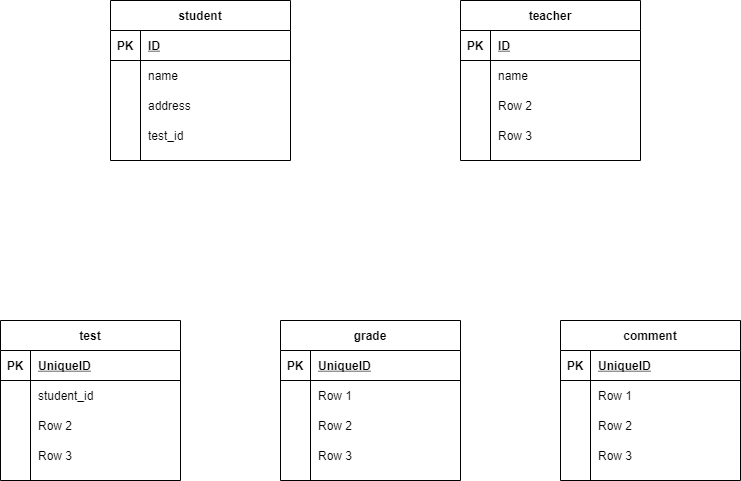
The draw.io diagram index.drawio.png in Riko-15/DB, before a commit. Source tidied: cells renumbered, new cells last; positions are measured from the earlier drawing's top-left corner, leaving out a move shared by most shapes.
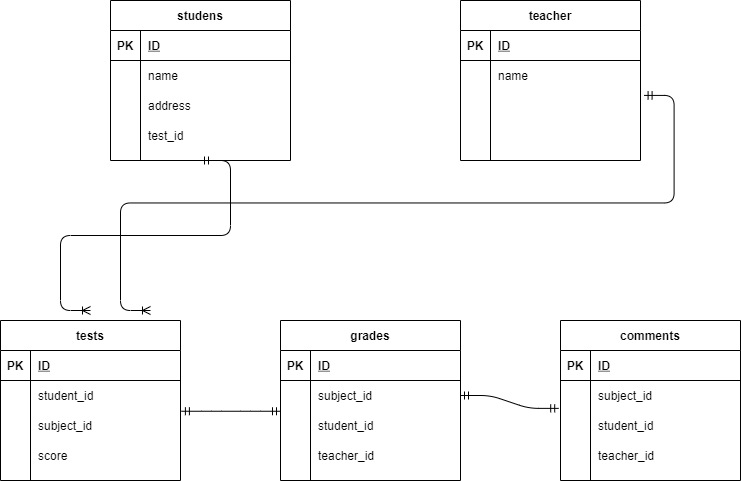
After the change.

What changed in the source:
```diff
@@ -2,7 +2,7 @@
   <root>
     <mxCell id="0" />
     <mxCell id="1" parent="0" />
-    <mxCell id="2" value="student" style="shape=table;startSize=30;rowLines=0;fontStyle=1;align=center;" parent="1" vertex="1">
+    <mxCell id="2" value="studens" style="shape=table;startSize=30;rowLines=0;fontStyle=1;align=center;" parent="1" vertex="1">
       <mxGeometry x="110" width="180" height="160" as="geometry" />
     </mxCell>
     <mxCell id="3" style="shape=partialRectangle;fillColor=none;top=0;left=0;bottom=1;right=0;" parent="2" vertex="1">
@@ -68,7 +68,7 @@
     <mxCell id="23" style="shape=partialRectangle;fillColor=none;top=0;left=0;bottom=0;right=0;overflow=hidden;" parent="22" vertex="1">
       <mxGeometry width="30" height="30" as="geometry" />
     </mxCell>
-    <mxCell id="24" value="Row 2" style="shape=partialRectangle;fillColor=none;top=0;left=0;bottom=0;right=0;align=left;spacingLeft=6;overflow=hidden;" parent="22" vertex="1">
+    <mxCell id="24" style="shape=partialRectangle;fillColor=none;top=0;left=0;bottom=0;right=0;align=left;spacingLeft=6;overflow=hidden;" parent="22" vertex="1">
       <mxGeometry x="30" width="150" height="30" as="geometry" />
     </mxCell>
     <mxCell id="25" style="shape=partialRectangle;fillColor=none;top=0;left=0;bottom=0;right=0;" parent="15" vertex="1">
@@ -77,10 +77,10 @@
     <mxCell id="26" style="shape=partialRectangle;fillColor=none;top=0;left=0;bottom=0;right=0;overflow=hidden;" parent="25" vertex="1">
       <mxGeometry width="30" height="30" as="geometry" />
     </mxCell>
-    <mxCell id="27" value="Row 3" style="shape=partialRectangle;fillColor=none;top=0;left=0;bottom=0;right=0;align=left;spacingLeft=6;overflow=hidden;" parent="25" vertex="1">
+    <mxCell id="27" style="shape=partialRectangle;fillColor=none;top=0;left=0;bottom=0;right=0;align=left;spacingLeft=6;overflow=hidden;" parent="25" vertex="1">
       <mxGeometry x="30" width="150" height="30" as="geometry" />
     </mxCell>
-    <mxCell id="28" value="comment" style="shape=table;startSize=30;rowLines=0;fontStyle=1;align=center;" parent="1" vertex="1">
+    <mxCell id="28" value="comments" style="shape=table;startSize=30;rowLines=0;fontStyle=1;align=center;" parent="1" vertex="1">
       <mxGeometry x="560" y="320" width="180" height="160" as="geometry" />
     </mxCell>
     <mxCell id="29" style="shape=partialRectangle;fillColor=none;top=0;left=0;bottom=1;right=0;" parent="28" vertex="1">
@@ -89,7 +89,7 @@
     <mxCell id="30" value="PK" style="shape=partialRectangle;fillColor=none;top=0;left=0;bottom=0;right=0;fontStyle=1;overflow=hidden;" parent="29" vertex="1">
       <mxGeometry width="30" height="30" as="geometry" />
     </mxCell>
-    <mxCell id="31" value="UniqueID" style="shape=partialRectangle;fillColor=none;top=0;left=0;bottom=0;right=0;align=left;spacingLeft=6;fontStyle=5;overflow=hidden;" parent="29" vertex="1">
+    <mxCell id="31" value="ID" style="shape=partialRectangle;fillColor=none;top=0;left=0;bottom=0;right=0;align=left;spacingLeft=6;fontStyle=5;overflow=hidden;" parent="29" vertex="1">
       <mxGeometry x="30" width="150" height="30" as="geometry" />
     </mxCell>
     <mxCell id="32" style="shape=partialRectangle;fillColor=none;top=0;left=0;bottom=0;right=0;points=[[0,0.5],[1,0.5]];portConstraint=eastwest;" parent="28" vertex="1">
@@ -98,7 +98,7 @@
     <mxCell id="33" style="shape=partialRectangle;fillColor=none;top=0;left=0;bottom=0;right=0;overflow=hidden;" parent="32" vertex="1">
       <mxGeometry width="30" height="30" as="geometry" />
     </mxCell>
-    <mxCell id="34" value="Row 1" style="shape=partialRectangle;fillColor=none;top=0;left=0;bottom=0;right=0;align=left;spacingLeft=6;overflow=hidden;" parent="32" vertex="1">
+    <mxCell id="34" value="subject_id" style="shape=partialRectangle;fillColor=none;top=0;left=0;bottom=0;right=0;align=left;spacingLeft=6;overflow=hidden;" parent="32" vertex="1">
       <mxGeometry x="30" width="150" height="30" as="geometry" />
     </mxCell>
     <mxCell id="35" style="shape=partialRectangle;fillColor=none;top=0;left=0;bottom=0;right=0;" parent="28" vertex="1">
@@ -107,7 +107,7 @@
     <mxCell id="36" style="shape=partialRectangle;fillColor=none;top=0;left=0;bottom=0;right=0;overflow=hidden;" parent="35" vertex="1">
       <mxGeometry width="30" height="30" as="geometry" />
     </mxCell>
-    <mxCell id="37" value="Row 2" style="shape=partialRectangle;fillColor=none;top=0;left=0;bottom=0;right=0;align=left;spacingLeft=6;overflow=hidden;" parent="35" vertex="1">
+    <mxCell id="37" value="student_id" style="shape=partialRectangle;fillColor=none;top=0;left=0;bottom=0;right=0;align=left;spacingLeft=6;overflow=hidden;" parent="35" vertex="1">
       <mxGeometry x="30" width="150" height="30" as="geometry" />
     </mxCell>
     <mxCell id="38" style="shape=partialRectangle;fillColor=none;top=0;left=0;bottom=0;right=0;" parent="28" vertex="1">
@@ -116,10 +116,10 @@
     <mxCell id="39" style="shape=partialRectangle;fillColor=none;top=0;left=0;bottom=0;right=0;overflow=hidden;" parent="38" vertex="1">
       <mxGeometry width="30" height="30" as="geometry" />
     </mxCell>
-    <mxCell id="40" value="Row 3" style="shape=partialRectangle;fillColor=none;top=0;left=0;bottom=0;right=0;align=left;spacingLeft=6;overflow=hidden;" parent="38" vertex="1">
+    <mxCell id="40" value="teacher_id" style="shape=partialRectangle;fillColor=none;top=0;left=0;bottom=0;right=0;align=left;spacingLeft=6;overflow=hidden;" parent="38" vertex="1">
       <mxGeometry x="30" width="150" height="30" as="geometry" />
     </mxCell>
-    <mxCell id="41" value="test" style="shape=table;startSize=30;rowLines=0;fontStyle=1;align=center;" parent="1" vertex="1">
+    <mxCell id="41" value="tests" style="shape=table;startSize=30;rowLines=0;fontStyle=1;align=center;" parent="1" vertex="1">
       <mxGeometry y="320" width="180" height="160" as="geometry" />
     </mxCell>
     <mxCell id="42" style="shape=partialRectangle;fillColor=none;top=0;left=0;bottom=1;right=0;" parent="41" vertex="1">
@@ -128,7 +128,7 @@
     <mxCell id="43" value="PK" style="shape=partialRectangle;fillColor=none;top=0;left=0;bottom=0;right=0;fontStyle=1;overflow=hidden;" parent="42" vertex="1">
       <mxGeometry width="30" height="30" as="geometry" />
     </mxCell>
-    <mxCell id="44" value="UniqueID" style="shape=partialRectangle;fillColor=none;top=0;left=0;bottom=0;right=0;align=left;spacingLeft=6;fontStyle=5;overflow=hidden;" parent="42" vertex="1">
+    <mxCell id="44" value="ID" style="shape=partialRectangle;fillColor=none;top=0;left=0;bottom=0;right=0;align=left;spacingLeft=6;fontStyle=5;overflow=hidden;" parent="42" vertex="1">
       <mxGeometry x="30" width="150" height="30" as="geometry" />
     </mxCell>
     <mxCell id="45" style="shape=partialRectangle;fillColor=none;top=0;left=0;bottom=0;right=0;" parent="41" vertex="1">
@@ -146,7 +146,7 @@
     <mxCell id="49" style="shape=partialRectangle;fillColor=none;top=0;left=0;bottom=0;right=0;overflow=hidden;" parent="48" vertex="1">
       <mxGeometry width="30" height="30" as="geometry" />
     </mxCell>
-    <mxCell id="50" value="Row 2" style="shape=partialRectangle;fillColor=none;top=0;left=0;bottom=0;right=0;align=left;spacingLeft=6;overflow=hidden;" parent="48" vertex="1">
+    <mxCell id="50" value="subject_id" style="shape=partialRectangle;fillColor=none;top=0;left=0;bottom=0;right=0;align=left;spacingLeft=6;overflow=hidden;" parent="48" vertex="1">
       <mxGeometry x="30" width="150" height="30" as="geometry" />
     </mxCell>
     <mxCell id="51" style="shape=partialRectangle;fillColor=none;top=0;left=0;bottom=0;right=0;" parent="41" vertex="1">
@@ -155,47 +155,63 @@
     <mxCell id="52" style="shape=partialRectangle;fillColor=none;top=0;left=0;bottom=0;right=0;overflow=hidden;" parent="51" vertex="1">
       <mxGeometry width="30" height="30" as="geometry" />
     </mxCell>
-    <mxCell id="53" value="Row 3" style="shape=partialRectangle;fillColor=none;top=0;left=0;bottom=0;right=0;align=left;spacingLeft=6;overflow=hidden;" parent="51" vertex="1">
+    <mxCell id="53" value="score" style="shape=partialRectangle;fillColor=none;top=0;left=0;bottom=0;right=0;align=left;spacingLeft=6;overflow=hidden;" parent="51" vertex="1">
       <mxGeometry x="30" width="150" height="30" as="geometry" />
     </mxCell>
-    <mxCell id="54" value="grade" style="shape=table;startSize=30;rowLines=0;fontStyle=1;align=center;" parent="1" vertex="1">
-      <mxGeometry x="280" y="320" width="180" height="160" as="geometry" />
-    </mxCell>
+    <mxCell id="67" value="grades" style="shape=table;startSize=30;rowLines=0;fontStyle=1;align=center;" parent="1" vertex="1">
+      <mxGeometry x="280" y="320" width="180" height="160" as="geometry" />
+    </mxCell>
-    <mxCell id="55" style="shape=partialRectangle;fillColor=none;top=0;left=0;bottom=1;right=0;" parent="54" vertex="1">
+    <mxCell id="55" style="shape=partialRectangle;fillColor=none;top=0;left=0;bottom=1;right=0;" parent="67" vertex="1">
       <mxGeometry y="30" width="180" height="30" as="geometry" />
     </mxCell>
     <mxCell id="56" value="PK" style="shape=partialRectangle;fillColor=none;top=0;left=0;bottom=0;right=0;fontStyle=1;overflow=hidden;" parent="55" vertex="1">
       <mxGeometry width="30" height="30" as="geometry" />
     </mxCell>
-    <mxCell id="57" value="UniqueID" style="shape=partialRectangle;fillColor=none;top=0;left=0;bottom=0;right=0;align=left;spacingLeft=6;fontStyle=5;overflow=hidden;" parent="55" vertex="1">
-      <mxGeometry x="30" width="150" height="30" as="geometry" />
-    </mxCell>
+    <mxCell id="68" value="ID" style="shape=partialRectangle;fillColor=none;top=0;left=0;bottom=0;right=0;align=left;spacingLeft=6;fontStyle=5;overflow=hidden;" parent="55" vertex="1">
+      <mxGeometry x="30" width="150" height="30" as="geometry" />
+    </mxCell>
-    <mxCell id="58" style="shape=partialRectangle;fillColor=none;top=0;left=0;bottom=0;right=0;points=[[0,0.5],[1,0.5]];portConstraint=eastwest;" parent="54" vertex="1">
+    <mxCell id="58" style="shape=partialRectangle;fillColor=none;top=0;left=0;bottom=0;right=0;points=[[0,0.5],[1,0.5]];portConstraint=eastwest;" parent="67" vertex="1">
       <mxGeometry y="60" width="180" height="30" as="geometry" />
     </mxCell>
-    <mxCell id="59" style="shape=partialRectangle;fillColor=none;top=0;left=0;bottom=0;right=0;overflow=hidden;" parent="58" vertex="1">
-      <mxGeometry width="30" height="30" as="geometry" />
-    </mxCell>
-    <mxCell id="60" value="Row 1" style="shape=partialRectangle;fillColor=none;top=0;left=0;bottom=0;right=0;align=left;spacingLeft=6;overflow=hidden;" parent="58" vertex="1">
-      <mxGeometry x="30" width="150" height="30" as="geometry" />
-    </mxCell>
+    <mxCell id="69" style="shape=partialRectangle;fillColor=none;top=0;left=0;bottom=0;right=0;overflow=hidden;" parent="58" vertex="1">
+      <mxGeometry width="30" height="30" as="geometry" />
+    </mxCell>
+    <mxCell id="70" value="subject_id" style="shape=partialRectangle;fillColor=none;top=0;left=0;bottom=0;right=0;align=left;spacingLeft=6;overflow=hidden;" parent="58" vertex="1">
+      <mxGeometry x="30" width="150" height="30" as="geometry" />
+    </mxCell>
-    <mxCell id="61" style="shape=partialRectangle;fillColor=none;top=0;left=0;bottom=0;right=0;points=[[0,0.5],[1,0.5]];portConstraint=eastwest;" parent="54" vertex="1">
+    <mxCell id="61" style="shape=partialRectangle;fillColor=none;top=0;left=0;bottom=0;right=0;points=[[0,0.5],[1,0.5]];portConstraint=eastwest;" parent="67" vertex="1">
       <mxGeometry y="90" width="180" height="30" as="geometry" />
     </mxCell>
-    <mxCell id="62" style="shape=partialRectangle;fillColor=none;top=0;left=0;bottom=0;right=0;overflow=hidden;" parent="61" vertex="1">
-      <mxGeometry width="30" height="30" as="geometry" />
-    </mxCell>
-    <mxCell id="63" value="Row 2" style="shape=partialRectangle;fillColor=none;top=0;left=0;bottom=0;right=0;align=left;spacingLeft=6;overflow=hidden;" parent="61" vertex="1">
-      <mxGeometry x="30" width="150" height="30" as="geometry" />
-    </mxCell>
+    <mxCell id="71" style="shape=partialRectangle;fillColor=none;top=0;left=0;bottom=0;right=0;overflow=hidden;" parent="61" vertex="1">
+      <mxGeometry width="30" height="30" as="geometry" />
+    </mxCell>
+    <mxCell id="72" value="student_id" style="shape=partialRectangle;fillColor=none;top=0;left=0;bottom=0;right=0;align=left;spacingLeft=6;overflow=hidden;" parent="61" vertex="1">
+      <mxGeometry x="30" width="150" height="30" as="geometry" />
+    </mxCell>
-    <mxCell id="64" style="shape=partialRectangle;fillColor=none;top=0;left=0;bottom=0;right=0;" parent="54" vertex="1">
+    <mxCell id="64" style="shape=partialRectangle;fillColor=none;top=0;left=0;bottom=0;right=0;" parent="67" vertex="1">
       <mxGeometry y="120" width="180" height="30" as="geometry" />
     </mxCell>
-    <mxCell id="65" style="shape=partialRectangle;fillColor=none;top=0;left=0;bottom=0;right=0;overflow=hidden;" parent="64" vertex="1">
-      <mxGeometry width="30" height="30" as="geometry" />
-    </mxCell>
-    <mxCell id="66" value="Row 3" style="shape=partialRectangle;fillColor=none;top=0;left=0;bottom=0;right=0;align=left;spacingLeft=6;overflow=hidden;" parent="64" vertex="1">
-      <mxGeometry x="30" width="150" height="30" as="geometry" />
-    </mxCell>
+    <mxCell id="73" style="shape=partialRectangle;fillColor=none;top=0;left=0;bottom=0;right=0;overflow=hidden;" parent="64" vertex="1">
+      <mxGeometry width="30" height="30" as="geometry" />
+    </mxCell>
+    <mxCell id="74" value="teacher_id" style="shape=partialRectangle;fillColor=none;top=0;left=0;bottom=0;right=0;align=left;spacingLeft=6;overflow=hidden;" parent="64" vertex="1">
+      <mxGeometry x="30" width="150" height="30" as="geometry" />
+    </mxCell>
+    <mxCell id="75" style="edgeStyle=entityRelationEdgeStyle;fontSize=12;html=1;endArrow=ERoneToMany;startArrow=ERmandOne;exitX=0.5;exitY=1;exitDx=0;exitDy=0;" parent="1" edge="1" source="2">
+      <mxGeometry relative="1" as="geometry">
+        <mxPoint x="90" y="310" as="targetPoint" />
+      </mxGeometry>
+    </mxCell>
+    <mxCell id="76" style="edgeStyle=entityRelationEdgeStyle;fontSize=12;html=1;endArrow=ERmandOne;startArrow=ERmandOne;entryX=-0.01;entryY=0.929;entryDx=0;entryDy=0;entryPerimeter=0;exitX=1;exitY=0.5;exitDx=0;exitDy=0;" parent="1" edge="1" source="58" target="32">
+      <mxGeometry relative="1" as="geometry" />
+    </mxCell>
+    <mxCell id="77" style="edgeStyle=entityRelationEdgeStyle;fontSize=12;html=1;endArrow=ERoneToMany;startArrow=ERmandOne;exitX=1.02;exitY=0.164;exitDx=0;exitDy=0;exitPerimeter=0;" parent="1" edge="1" source="22">
+      <mxGeometry relative="1" as="geometry">
+        <mxPoint x="150" y="310" as="targetPoint" />
+      </mxGeometry>
+    </mxCell>
+    <mxCell id="78" style="edgeStyle=entityRelationEdgeStyle;fontSize=12;html=1;endArrow=ERmandOne;startArrow=ERmandOne;exitX=1.005;exitY=0.025;exitDx=0;exitDy=0;exitPerimeter=0;entryX=0;entryY=0.025;entryDx=0;entryDy=0;entryPerimeter=0;" parent="1" edge="1" source="48" target="61">
+      <mxGeometry relative="1" as="geometry" />
+    </mxCell>
   </root>
 </mxGraphModel>
```
